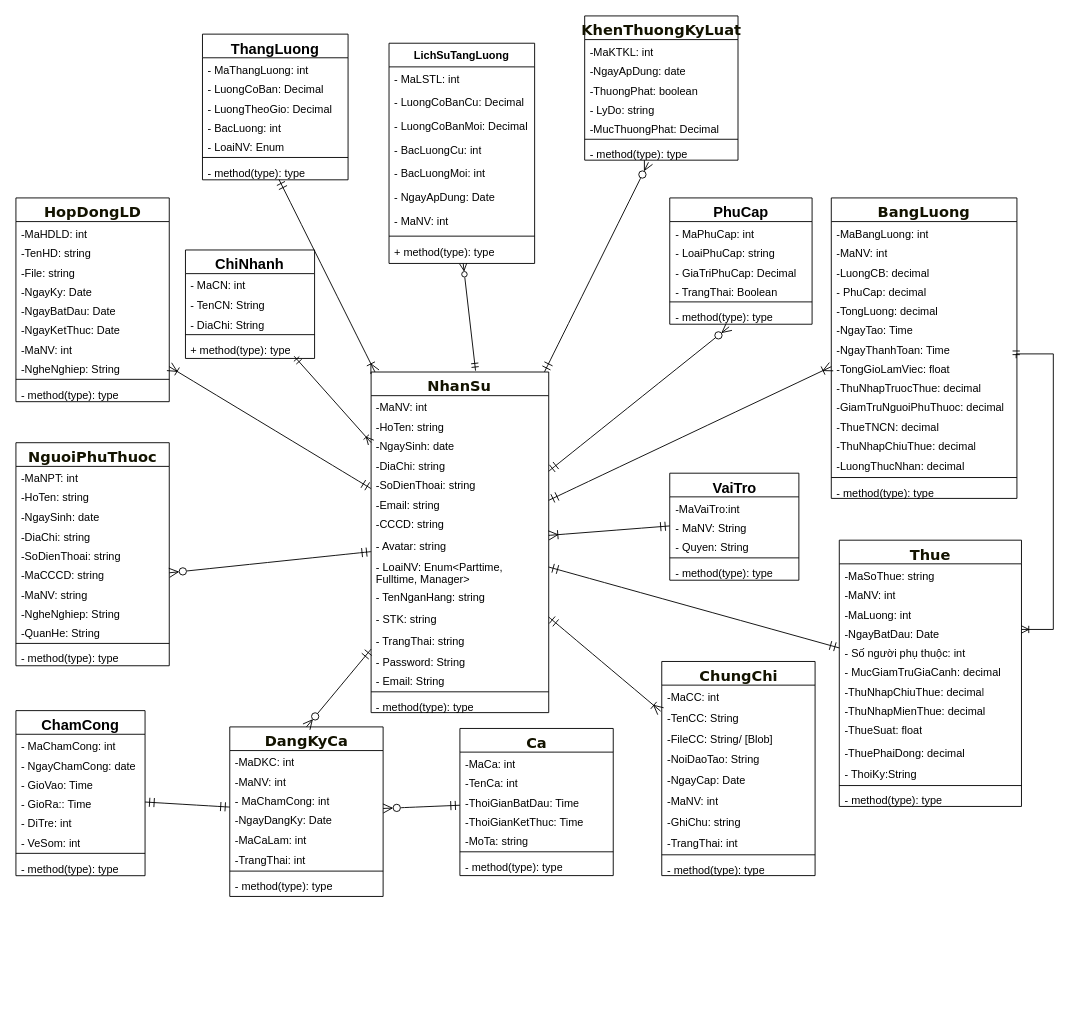
Earlier version of the draw.io diagram Biểu đồ không có tiêu đề.drawio (NguyenMint/LVTN). Source tidied: cells renumbered, new cells numbered last; positions are measured from the earlier drawing's top-left corner, leaving out a move shared by most shapes. Both pictures are drawn from the tidied source at 91%, with x=0, y=0 at pixel (15, 15).
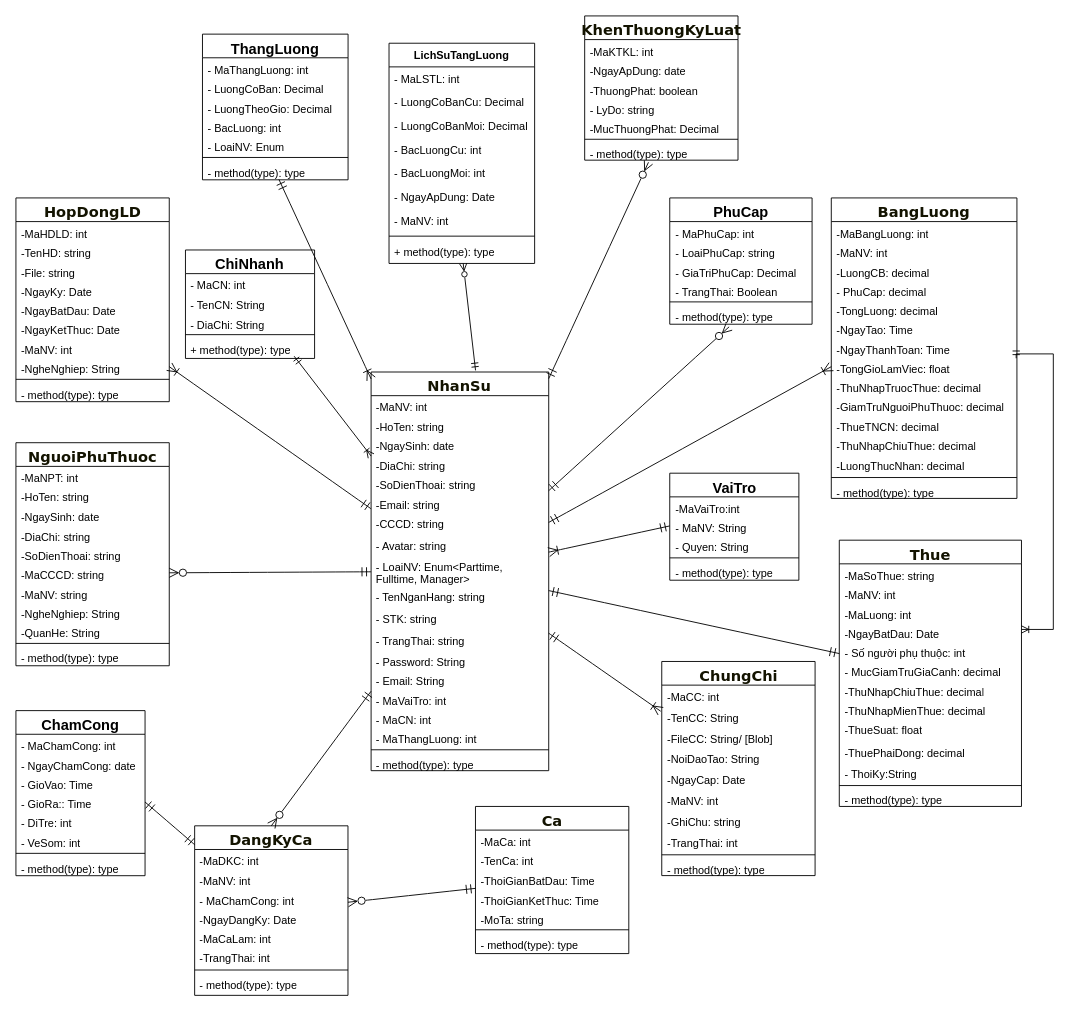
The same diagram, later.

Commit message (it also covers changes not shown here):
Cập nhật Biểu đồ không có tiêu đề.drawio

The edit, as a diff of the source:
```diff
@@
     <mxCell id="2" value="&lt;span style=&quot;color: rgb(19, 19, 0); font-family: &amp;quot;trebuchet ms&amp;quot;, verdana, arial, sans-serif; font-size: 16px; text-wrap-mode: nowrap;&quot;&gt;NhanSu&lt;/span&gt;" style="swimlane;fontStyle=1;align=center;verticalAlign=top;horizontal=1;startSize=26;whiteSpace=wrap;html=1;swimlaneLine=1;" parent="1" vertex="1">
-      <mxGeometry x="390.3" y="391.3" width="195.2" height="374.3" as="geometry" />
+      <mxGeometry x="390.3" y="391.3" width="195.2" height="438.1" as="geometry" />
     </mxCell>
@@
+    <mxCell id="169" value="- MaVaiTro: int" style="text;strokeColor=none;fillColor=none;align=left;verticalAlign=top;spacingLeft=4;spacingRight=4;overflow=hidden;whiteSpace=wrap;html=1;" parent="2" vertex="1">
+      <mxGeometry y="348.2" width="195.2" height="21.3" as="geometry" />
+    </mxCell>
+    <mxCell id="170" value="- MaCN: int" style="text;strokeColor=none;fillColor=none;align=left;verticalAlign=top;spacingLeft=4;spacingRight=4;overflow=hidden;whiteSpace=wrap;html=1;" parent="2" vertex="1">
+      <mxGeometry y="369.4" width="195.2" height="21.3" as="geometry" />
+    </mxCell>
+    <mxCell id="171" value="- MaThangLuong: int" style="text;strokeColor=none;fillColor=none;align=left;verticalAlign=top;spacingLeft=4;spacingRight=4;overflow=hidden;whiteSpace=wrap;html=1;" parent="2" vertex="1">
+      <mxGeometry y="390.7" width="195.2" height="21.3" as="geometry" />
+    </mxCell>
     <mxCell id="17" style="line;strokeWidth=1;fillColor=none;align=left;verticalAlign=middle;spacingTop=-1;spacingLeft=3;spacingRight=3;labelPosition=right;strokeColor=inherit;" parent="2" vertex="1">
-      <mxGeometry y="348.2" width="195.2" height="6.5" as="geometry" />
+      <mxGeometry y="411.9" width="195.2" height="6.5" as="geometry" />
     </mxCell>
     <mxCell id="18" value="- method(type): type" style="text;strokeColor=none;fillColor=none;align=left;verticalAlign=top;spacingLeft=4;spacingRight=4;overflow=hidden;whiteSpace=wrap;html=1;" parent="2" vertex="1">
-      <mxGeometry y="354.7" width="195.2" height="19.6" as="geometry" />
+      <mxGeometry y="418.5" width="195.2" height="19.6" as="geometry" />
     </mxCell>
@@
     <mxCell id="90" value="&lt;span style=&quot;color: rgb(19, 19, 0); font-family: &amp;quot;trebuchet ms&amp;quot;, verdana, arial, sans-serif; font-size: 16px; text-wrap-mode: nowrap;&quot;&gt;DangKyCa&lt;/span&gt;&lt;div&gt;&lt;span style=&quot;color: rgb(19, 19, 0); font-family: &amp;quot;trebuchet ms&amp;quot;, verdana, arial, sans-serif; font-size: 16px; text-wrap-mode: nowrap;&quot;&gt;&lt;br&gt;&lt;/span&gt;&lt;/div&gt;" style="swimlane;fontStyle=1;align=center;verticalAlign=top;horizontal=1;startSize=26;whiteSpace=wrap;html=1;" parent="1" vertex="1">
-      <mxGeometry x="235" y="781.3" width="168.5" height="186.3" as="geometry" />
+      <mxGeometry x="196.4" y="890" width="168.5" height="186.3" as="geometry" />
     </mxCell>
@@
     <mxCell id="99" value="&lt;div&gt;&lt;span style=&quot;color: rgb(19, 19, 0); font-family: &amp;quot;trebuchet ms&amp;quot;, verdana, arial, sans-serif; font-size: 16px; text-wrap-mode: nowrap;&quot;&gt;Ca&lt;/span&gt;&lt;/div&gt;" style="swimlane;fontStyle=1;align=center;verticalAlign=top;horizontal=1;startSize=26;whiteSpace=wrap;html=1;" parent="1" vertex="1">
-      <mxGeometry x="487.9" y="783" width="168.5" height="161.7" as="geometry" />
+      <mxGeometry x="505" y="868.7" width="168.5" height="161.7" as="geometry" />
     </mxCell>
```
